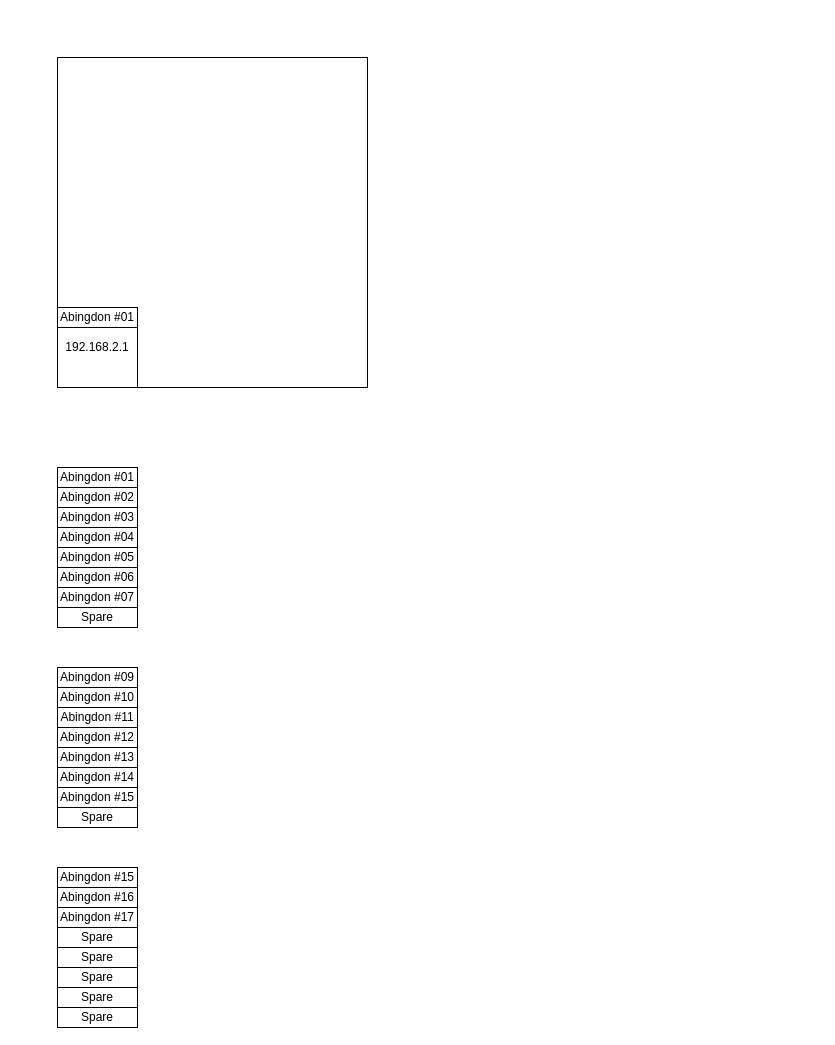
Above: Gen4 TumaloTestRig Configuration.drawio in EdwardsKorea/CommonDrawIO (draw.io), before the change. Source tidied: cells renumbered, new cells numbered last; positions are measured from the earlier drawing's top-left corner, leaving out a move shared by most shapes. Both pictures are drawn from the tidied source at 100%, with x=0, y=0 at pixel (57, 57).
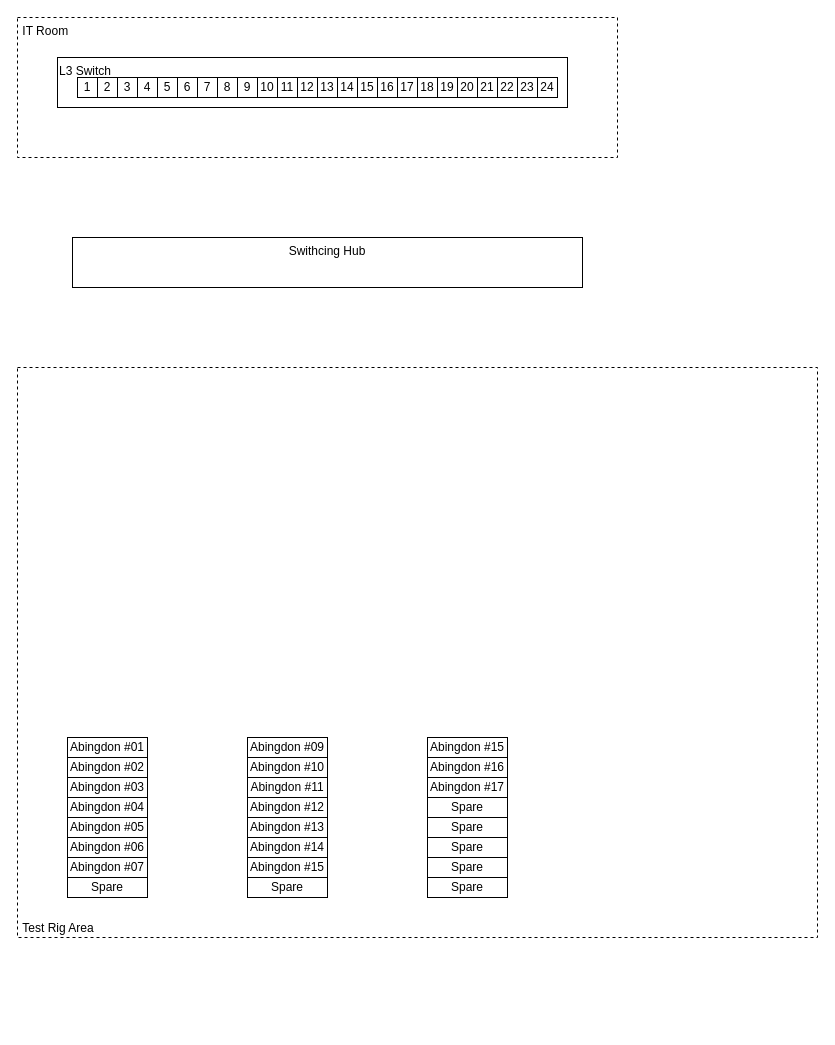
Above is the later version.

What changed in the source:
```diff
@@
+    <mxCell id="32" value="&amp;nbsp;Test Rig Area" style="rounded=0;whiteSpace=wrap;html=1;dashed=1;align=left;horizontal=1;verticalAlign=bottom;" parent="1" vertex="1">
+      <mxGeometry x="-40" y="310" width="800" height="570" as="geometry" />
+    </mxCell>
+    <mxCell id="33" value="&amp;nbsp;IT Room" style="rounded=0;whiteSpace=wrap;html=1;dashed=1;align=left;horizontal=1;verticalAlign=top;" parent="1" vertex="1">
+      <mxGeometry x="-40" y="-40" width="600" height="140" as="geometry" />
+    </mxCell>
-    <mxCell id="2" style="rounded=0;whiteSpace=wrap;html=1;" parent="1" vertex="1">
-      <mxGeometry width="310" height="330" as="geometry" />
+    <mxCell id="2" value="L3 Switch" style="rounded=0;whiteSpace=wrap;html=1;align=left;verticalAlign=top;" parent="1" vertex="1">
+      <mxGeometry width="510" height="50" as="geometry" />
     </mxCell>
-    <mxCell id="3" value="&lt;div&gt;&lt;span style=&quot;background-color: initial;&quot;&gt;192.168.2.1&lt;/span&gt;&lt;br&gt;&lt;/div&gt;" style="whiteSpace=wrap;html=1;" parent="1" vertex="1">
-      <mxGeometry y="250" width="80" height="80" as="geometry" />
-    </mxCell>
-    <mxCell id="4" value="Abingdon #01" style="rounded=0;whiteSpace=wrap;html=1;" parent="1" vertex="1">
-      <mxGeometry y="250" width="80" height="20" as="geometry" />
-    </mxCell>
+    <mxCell id="34" value="1" style="rounded=0;whiteSpace=wrap;html=1;" parent="1" vertex="1">
+      <mxGeometry x="20" y="20" width="20" height="20" as="geometry" />
+    </mxCell>
+    <mxCell id="35" value="2" style="rounded=0;whiteSpace=wrap;html=1;" parent="1" vertex="1">
+      <mxGeometry x="40" y="20" width="20" height="20" as="geometry" />
+    </mxCell>
+    <mxCell id="36" value="3" style="rounded=0;whiteSpace=wrap;html=1;" parent="1" vertex="1">
+      <mxGeometry x="60" y="20" width="20" height="20" as="geometry" />
+    </mxCell>
+    <mxCell id="37" value="4" style="rounded=0;whiteSpace=wrap;html=1;" parent="1" vertex="1">
+      <mxGeometry x="80" y="20" width="20" height="20" as="geometry" />
+    </mxCell>
+    <mxCell id="38" value="5" style="rounded=0;whiteSpace=wrap;html=1;" parent="1" vertex="1">
+      <mxGeometry x="100" y="20" width="20" height="20" as="geometry" />
+    </mxCell>
+    <mxCell id="39" value="6" style="rounded=0;whiteSpace=wrap;html=1;" parent="1" vertex="1">
+      <mxGeometry x="120" y="20" width="20" height="20" as="geometry" />
+    </mxCell>
+    <mxCell id="40" value="7" style="rounded=0;whiteSpace=wrap;html=1;" parent="1" vertex="1">
+      <mxGeometry x="140" y="20" width="20" height="20" as="geometry" />
+    </mxCell>
+    <mxCell id="41" value="8" style="rounded=0;whiteSpace=wrap;html=1;" parent="1" vertex="1">
+      <mxGeometry x="160" y="20" width="20" height="20" as="geometry" />
+    </mxCell>
+    <mxCell id="42" value="9" style="rounded=0;whiteSpace=wrap;html=1;" parent="1" vertex="1">
+      <mxGeometry x="180" y="20" width="20" height="20" as="geometry" />
+    </mxCell>
+    <mxCell id="43" value="10" style="rounded=0;whiteSpace=wrap;html=1;" parent="1" vertex="1">
+      <mxGeometry x="200" y="20" width="20" height="20" as="geometry" />
+    </mxCell>
+    <mxCell id="44" value="11" style="rounded=0;whiteSpace=wrap;html=1;" parent="1" vertex="1">
+      <mxGeometry x="220" y="20" width="20" height="20" as="geometry" />
+    </mxCell>
+    <mxCell id="45" value="12" style="rounded=0;whiteSpace=wrap;html=1;" parent="1" vertex="1">
+      <mxGeometry x="240" y="20" width="20" height="20" as="geometry" />
+    </mxCell>
+    <mxCell id="46" value="13" style="rounded=0;whiteSpace=wrap;html=1;" parent="1" vertex="1">
+      <mxGeometry x="260" y="20" width="20" height="20" as="geometry" />
+    </mxCell>
+    <mxCell id="47" value="14" style="rounded=0;whiteSpace=wrap;html=1;" parent="1" vertex="1">
+      <mxGeometry x="280" y="20" width="20" height="20" as="geometry" />
+    </mxCell>
+    <mxCell id="48" value="15" style="rounded=0;whiteSpace=wrap;html=1;" parent="1" vertex="1">
+      <mxGeometry x="300" y="20" width="20" height="20" as="geometry" />
+    </mxCell>
+    <mxCell id="49" value="16" style="rounded=0;whiteSpace=wrap;html=1;" parent="1" vertex="1">
+      <mxGeometry x="320" y="20" width="20" height="20" as="geometry" />
+    </mxCell>
+    <mxCell id="50" value="17" style="rounded=0;whiteSpace=wrap;html=1;" parent="1" vertex="1">
+      <mxGeometry x="340" y="20" width="20" height="20" as="geometry" />
+    </mxCell>
+    <mxCell id="51" value="18" style="rounded=0;whiteSpace=wrap;html=1;" parent="1" vertex="1">
+      <mxGeometry x="360" y="20" width="20" height="20" as="geometry" />
+    </mxCell>
+    <mxCell id="52" value="19" style="rounded=0;whiteSpace=wrap;html=1;" parent="1" vertex="1">
+      <mxGeometry x="380" y="20" width="20" height="20" as="geometry" />
+    </mxCell>
+    <mxCell id="53" value="20" style="rounded=0;whiteSpace=wrap;html=1;" parent="1" vertex="1">
+      <mxGeometry x="400" y="20" width="20" height="20" as="geometry" />
+    </mxCell>
+    <mxCell id="54" value="21" style="rounded=0;whiteSpace=wrap;html=1;" parent="1" vertex="1">
+      <mxGeometry x="420" y="20" width="20" height="20" as="geometry" />
+    </mxCell>
+    <mxCell id="55" value="22" style="rounded=0;whiteSpace=wrap;html=1;" parent="1" vertex="1">
+      <mxGeometry x="440" y="20" width="20" height="20" as="geometry" />
+    </mxCell>
+    <mxCell id="56" value="23" style="rounded=0;whiteSpace=wrap;html=1;" parent="1" vertex="1">
+      <mxGeometry x="460" y="20" width="20" height="20" as="geometry" />
+    </mxCell>
+    <mxCell id="57" value="24" style="rounded=0;whiteSpace=wrap;html=1;" parent="1" vertex="1">
+      <mxGeometry x="480" y="20" width="20" height="20" as="geometry" />
+    </mxCell>
+    <mxCell id="58" style="group;" parent="1" vertex="1">
+      <mxGeometry x="10" y="680" width="80" height="160" as="geometry" />
+    </mxCell>
-    <mxCell id="5" style="rounded=0;whiteSpace=wrap;html=1;" parent="1" vertex="1">
-      <mxGeometry y="410" width="80" height="160" as="geometry" />
+    <mxCell id="5" style="rounded=0;whiteSpace=wrap;html=1;" parent="58" vertex="1">
+      <mxGeometry width="80" height="160" as="geometry" />
     </mxCell>
-    <mxCell id="6" value="Abingdon #01" style="rounded=0;whiteSpace=wrap;html=1;" parent="1" vertex="1">
-      <mxGeometry y="410" width="80" height="20" as="geometry" />
+    <mxCell id="6" value="Abingdon #01" style="rounded=0;whiteSpace=wrap;html=1;" parent="58" vertex="1">
+      <mxGeometry width="80" height="20" as="geometry" />
     </mxCell>
-    <mxCell id="7" value="Abingdon #02" style="rounded=0;whiteSpace=wrap;html=1;" parent="1" vertex="1">
-      <mxGeometry y="430" width="80" height="20" as="geometry" />
+    <mxCell id="7" value="Abingdon #02" style="rounded=0;whiteSpace=wrap;html=1;" parent="58" vertex="1">
+      <mxGeometry y="20" width="80" height="20" as="geometry" />
     </mxCell>
-    <mxCell id="8" value="Abingdon #03" style="rounded=0;whiteSpace=wrap;html=1;" parent="1" vertex="1">
-      <mxGeometry y="450" width="80" height="20" as="geometry" />
+    <mxCell id="8" value="Abingdon #03" style="rounded=0;whiteSpace=wrap;html=1;" parent="58" vertex="1">
+      <mxGeometry y="40" width="80" height="20" as="geometry" />
     </mxCell>
-    <mxCell id="9" value="Abingdon #04" style="rounded=0;whiteSpace=wrap;html=1;" parent="1" vertex="1">
-      <mxGeometry y="470" width="80" height="20" as="geometry" />
+    <mxCell id="9" value="Abingdon #04" style="rounded=0;whiteSpace=wrap;html=1;" parent="58" vertex="1">
+      <mxGeometry y="60" width="80" height="20" as="geometry" />
     </mxCell>
-    <mxCell id="10" value="Abingdon #05" style="rounded=0;whiteSpace=wrap;html=1;" parent="1" vertex="1">
-      <mxGeometry y="490" width="80" height="20" as="geometry" />
+    <mxCell id="10" value="Abingdon #05" style="rounded=0;whiteSpace=wrap;html=1;" parent="58" vertex="1">
+      <mxGeometry y="80" width="80" height="20" as="geometry" />
     </mxCell>
-    <mxCell id="11" value="Abingdon #06" style="rounded=0;whiteSpace=wrap;html=1;" parent="1" vertex="1">
-      <mxGeometry y="510" width="80" height="20" as="geometry" />
+    <mxCell id="11" value="Abingdon #06" style="rounded=0;whiteSpace=wrap;html=1;" parent="58" vertex="1">
+      <mxGeometry y="100" width="80" height="20" as="geometry" />
     </mxCell>
-    <mxCell id="12" value="Abingdon #07" style="rounded=0;whiteSpace=wrap;html=1;" parent="1" vertex="1">
-      <mxGeometry y="530" width="80" height="20" as="geometry" />
+    <mxCell id="12" value="Abingdon #07" style="rounded=0;whiteSpace=wrap;html=1;" parent="58" vertex="1">
+      <mxGeometry y="120" width="80" height="20" as="geometry" />
     </mxCell>
-    <mxCell id="13" style="rounded=0;whiteSpace=wrap;html=1;" parent="1" vertex="1">
-      <mxGeometry y="610" width="80" height="160" as="geometry" />
-    </mxCell>
-    <mxCell id="14" value="Abingdon #09" style="rounded=0;whiteSpace=wrap;html=1;" parent="1" vertex="1">
-      <mxGeometry y="610" width="80" height="20" as="geometry" />
-    </mxCell>
-    <mxCell id="15" value="Abingdon #10" style="rounded=0;whiteSpace=wrap;html=1;" parent="1" vertex="1">
-      <mxGeometry y="630" width="80" height="20" as="geometry" />
-    </mxCell>
-    <mxCell id="16" value="Abingdon #11" style="rounded=0;whiteSpace=wrap;html=1;" parent="1" vertex="1">
-      <mxGeometry y="650" width="80" height="20" as="geometry" />
-    </mxCell>
-    <mxCell id="17" value="Abingdon #12" style="rounded=0;whiteSpace=wrap;html=1;" parent="1" vertex="1">
-      <mxGeometry y="670" width="80" height="20" as="geometry" />
-    </mxCell>
-    <mxCell id="18" value="Abingdon #13" style="rounded=0;whiteSpace=wrap;html=1;" parent="1" vertex="1">
-      <mxGeometry y="690" width="80" height="20" as="geometry" />
-    </mxCell>
-    <mxCell id="19" value="Abingdon #14" style="rounded=0;whiteSpace=wrap;html=1;" parent="1" vertex="1">
-      <mxGeometry y="710" width="80" height="20" as="geometry" />
-    </mxCell>
-    <mxCell id="20" value="Abingdon #15" style="rounded=0;whiteSpace=wrap;html=1;" parent="1" vertex="1">
-      <mxGeometry y="730" width="80" height="20" as="geometry" />
-    </mxCell>
+    <mxCell id="31" value="Spare" style="rounded=0;whiteSpace=wrap;html=1;" parent="58" vertex="1">
+      <mxGeometry y="140" width="80" height="20" as="geometry" />
+    </mxCell>
+    <mxCell id="59" style="group;" parent="1" vertex="1">
+      <mxGeometry x="370" y="680" width="80" height="160" as="geometry" />
+    </mxCell>
-    <mxCell id="21" style="rounded=0;whiteSpace=wrap;html=1;" parent="1" vertex="1">
-      <mxGeometry y="810" width="80" height="160" as="geometry" />
+    <mxCell id="21" style="rounded=0;whiteSpace=wrap;html=1;" parent="59" vertex="1">
+      <mxGeometry width="80" height="160" as="geometry" />
     </mxCell>
-    <mxCell id="22" value="Abingdon #15" style="rounded=0;whiteSpace=wrap;html=1;" parent="1" vertex="1">
-      <mxGeometry y="810" width="80" height="20" as="geometry" />
+    <mxCell id="22" value="Abingdon #15" style="rounded=0;whiteSpace=wrap;html=1;" parent="59" vertex="1">
+      <mxGeometry width="80" height="20" as="geometry" />
     </mxCell>
-    <mxCell id="23" value="Abingdon #16" style="rounded=0;whiteSpace=wrap;html=1;" parent="1" vertex="1">
-      <mxGeometry y="830" width="80" height="20" as="geometry" />
+    <mxCell id="23" value="Abingdon #16" style="rounded=0;whiteSpace=wrap;html=1;" parent="59" vertex="1">
+      <mxGeometry y="20" width="80" height="20" as="geometry" />
     </mxCell>
-    <mxCell id="24" value="Abingdon #17" style="rounded=0;whiteSpace=wrap;html=1;" parent="1" vertex="1">
-      <mxGeometry y="850" width="80" height="20" as="geometry" />
+    <mxCell id="24" value="Abingdon #17" style="rounded=0;whiteSpace=wrap;html=1;" parent="59" vertex="1">
+      <mxGeometry y="40" width="80" height="20" as="geometry" />
     </mxCell>
-    <mxCell id="25" value="Spare" style="rounded=0;whiteSpace=wrap;html=1;" parent="1" vertex="1">
-      <mxGeometry y="870" width="80" height="20" as="geometry" />
+    <mxCell id="25" value="Spare" style="rounded=0;whiteSpace=wrap;html=1;" parent="59" vertex="1">
+      <mxGeometry y="60" width="80" height="20" as="geometry" />
     </mxCell>
-    <mxCell id="26" value="Spare" style="rounded=0;whiteSpace=wrap;html=1;" parent="1" vertex="1">
-      <mxGeometry y="890" width="80" height="20" as="geometry" />
+    <mxCell id="26" value="Spare" style="rounded=0;whiteSpace=wrap;html=1;" parent="59" vertex="1">
+      <mxGeometry y="80" width="80" height="20" as="geometry" />
     </mxCell>
-    <mxCell id="27" value="Spare" style="rounded=0;whiteSpace=wrap;html=1;" parent="1" vertex="1">
-      <mxGeometry y="910" width="80" height="20" as="geometry" />
+    <mxCell id="27" value="Spare" style="rounded=0;whiteSpace=wrap;html=1;" parent="59" vertex="1">
+      <mxGeometry y="100" width="80" height="20" as="geometry" />
     </mxCell>
-    <mxCell id="28" value="Spare" style="rounded=0;whiteSpace=wrap;html=1;" parent="1" vertex="1">
-      <mxGeometry y="930" width="80" height="20" as="geometry" />
+    <mxCell id="28" value="Spare" style="rounded=0;whiteSpace=wrap;html=1;" parent="59" vertex="1">
+      <mxGeometry y="120" width="80" height="20" as="geometry" />
     </mxCell>
-    <mxCell id="29" value="Spare" style="rounded=0;whiteSpace=wrap;html=1;" parent="1" vertex="1">
-      <mxGeometry y="950" width="80" height="20" as="geometry" />
+    <mxCell id="29" value="Spare" style="rounded=0;whiteSpace=wrap;html=1;" parent="59" vertex="1">
+      <mxGeometry y="140" width="80" height="20" as="geometry" />
     </mxCell>
+    <mxCell id="60" style="group;" parent="1" vertex="1">
+      <mxGeometry x="190" y="680" width="80" height="160" as="geometry" />
+    </mxCell>
+    <mxCell id="13" style="rounded=0;whiteSpace=wrap;html=1;" parent="60" vertex="1">
+      <mxGeometry width="80" height="160" as="geometry" />
+    </mxCell>
+    <mxCell id="14" value="Abingdon #09" style="rounded=0;whiteSpace=wrap;html=1;" parent="60" vertex="1">
+      <mxGeometry width="80" height="20" as="geometry" />
+    </mxCell>
+    <mxCell id="15" value="Abingdon #10" style="rounded=0;whiteSpace=wrap;html=1;" parent="60" vertex="1">
+      <mxGeometry y="20" width="80" height="20" as="geometry" />
+    </mxCell>
+    <mxCell id="16" value="Abingdon #11" style="rounded=0;whiteSpace=wrap;html=1;" parent="60" vertex="1">
+      <mxGeometry y="40" width="80" height="20" as="geometry" />
+    </mxCell>
+    <mxCell id="17" value="Abingdon #12" style="rounded=0;whiteSpace=wrap;html=1;" parent="60" vertex="1">
+      <mxGeometry y="60" width="80" height="20" as="geometry" />
+    </mxCell>
+    <mxCell id="18" value="Abingdon #13" style="rounded=0;whiteSpace=wrap;html=1;" parent="60" vertex="1">
+      <mxGeometry y="80" width="80" height="20" as="geometry" />
+    </mxCell>
+    <mxCell id="19" value="Abingdon #14" style="rounded=0;whiteSpace=wrap;html=1;" parent="60" vertex="1">
+      <mxGeometry y="100" width="80" height="20" as="geometry" />
+    </mxCell>
+    <mxCell id="20" value="Abingdon #15" style="rounded=0;whiteSpace=wrap;html=1;" parent="60" vertex="1">
+      <mxGeometry y="120" width="80" height="20" as="geometry" />
+    </mxCell>
-    <mxCell id="30" value="Spare" style="rounded=0;whiteSpace=wrap;html=1;" parent="1" vertex="1">
-      <mxGeometry y="750" width="80" height="20" as="geometry" />
+    <mxCell id="30" value="Spare" style="rounded=0;whiteSpace=wrap;html=1;" parent="60" vertex="1">
+      <mxGeometry y="140" width="80" height="20" as="geometry" />
     </mxCell>
-    <mxCell id="31" value="Spare" style="rounded=0;whiteSpace=wrap;html=1;" parent="1" vertex="1">
-      <mxGeometry y="550" width="80" height="20" as="geometry" />
-    </mxCell>
+    <mxCell id="61" value="Swithcing Hub" style="rounded=0;whiteSpace=wrap;html=1;align=center;verticalAlign=top;" parent="1" vertex="1">
+      <mxGeometry x="15" y="180" width="510" height="50" as="geometry" />
+    </mxCell>
```
